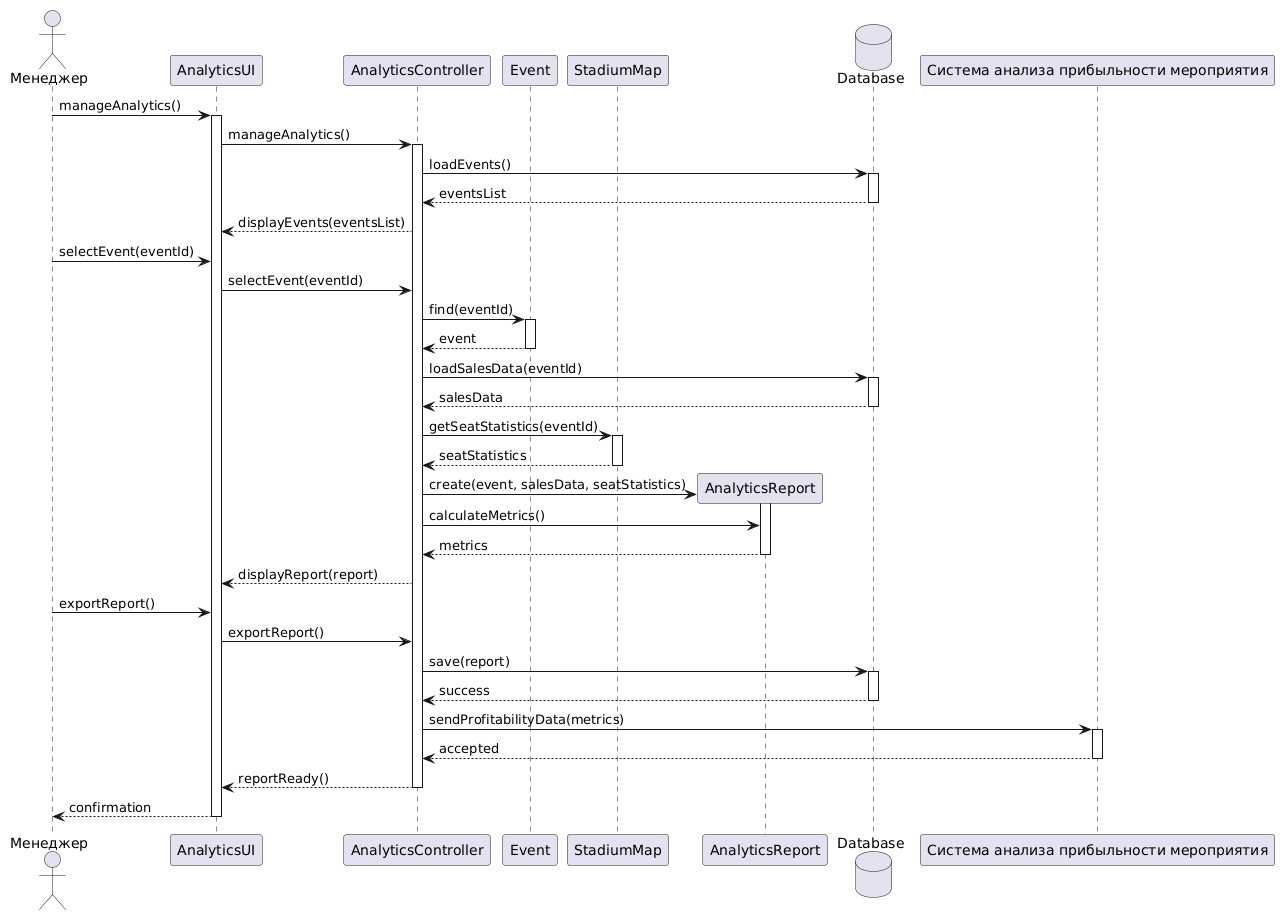
Before: source/diagram4.png, a diagram exported from PlantUML (penamarth/bsbo-11-24_team5_var10_football). Source of this version:
```plantuml
@startuml
actor "Менеджер" as Manager

participant "AnalyticsUI" as UI
participant "AnalyticsController" as Controller
participant "Event" as Event
participant "StadiumMap" as Map
participant "AnalyticsReport" as Report
database "Database" as DB
participant "Система анализа прибыльности мероприятия" as ProfitSystem

Manager -> UI : manageAnalytics()
activate UI
UI -> Controller : manageAnalytics()
activate Controller

Controller -> DB : loadEvents()
activate DB
DB --> Controller : eventsList
deactivate DB
Controller --> UI : displayEvents(eventsList)

Manager -> UI : selectEvent(eventId)
UI -> Controller : selectEvent(eventId)

Controller -> Event : find(eventId)
activate Event
Event --> Controller : event
deactivate Event

Controller -> DB : loadSalesData(eventId)
activate DB
DB --> Controller : salesData
deactivate DB

Controller -> Map : getSeatStatistics(eventId)
activate Map
Map --> Controller : seatStatistics
deactivate Map

create Report
Controller -> Report : create(event, salesData, seatStatistics)
activate Report
Controller -> Report : calculateMetrics()
Report --> Controller : metrics
deactivate Report

Controller --> UI : displayReport(report)

Manager -> UI : exportReport()
UI -> Controller : exportReport()
Controller -> DB : save(report)
activate DB
DB --> Controller : success
deactivate DB

Controller -> ProfitSystem : sendProfitabilityData(metrics)
activate ProfitSystem
ProfitSystem --> Controller : accepted
deactivate ProfitSystem

Controller --> UI : reportReady()
deactivate Controller
UI --> Manager : confirmation
deactivate UI
@enduml
```
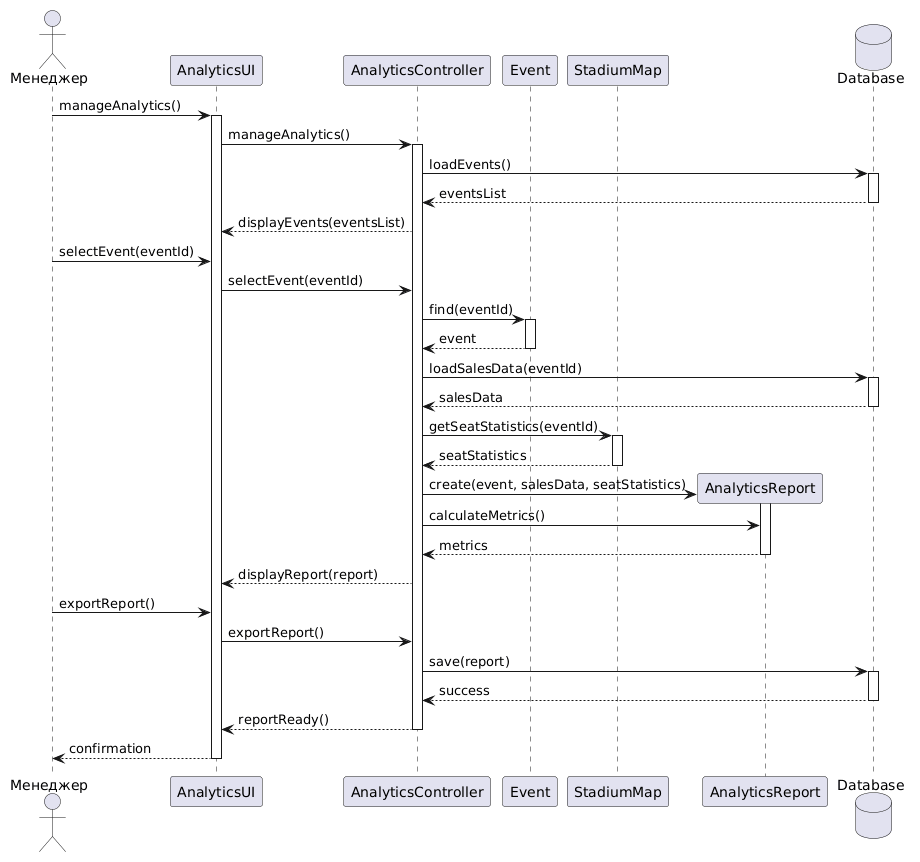
Later version of the same file.

Commit message:
Обновил изображение диаграммы последовательностей для аналитики

Diff of the diagram source:
```diff
@@ -7,7 +7,6 @@
 participant "StadiumMap" as Map
 participant "AnalyticsReport" as Report
 database "Database" as DB
-participant "Система анализа прибыльности мероприятия" as ProfitSystem
 
 Manager -> UI : manageAnalytics()
 activate UI
@@ -54,11 +53,6 @@
 DB --> Controller : success
 deactivate DB
 
-Controller -> ProfitSystem : sendProfitabilityData(metrics)
-activate ProfitSystem
-ProfitSystem --> Controller : accepted
-deactivate ProfitSystem
-
 Controller --> UI : reportReady()
 deactivate Controller
 UI --> Manager : confirmation
```
